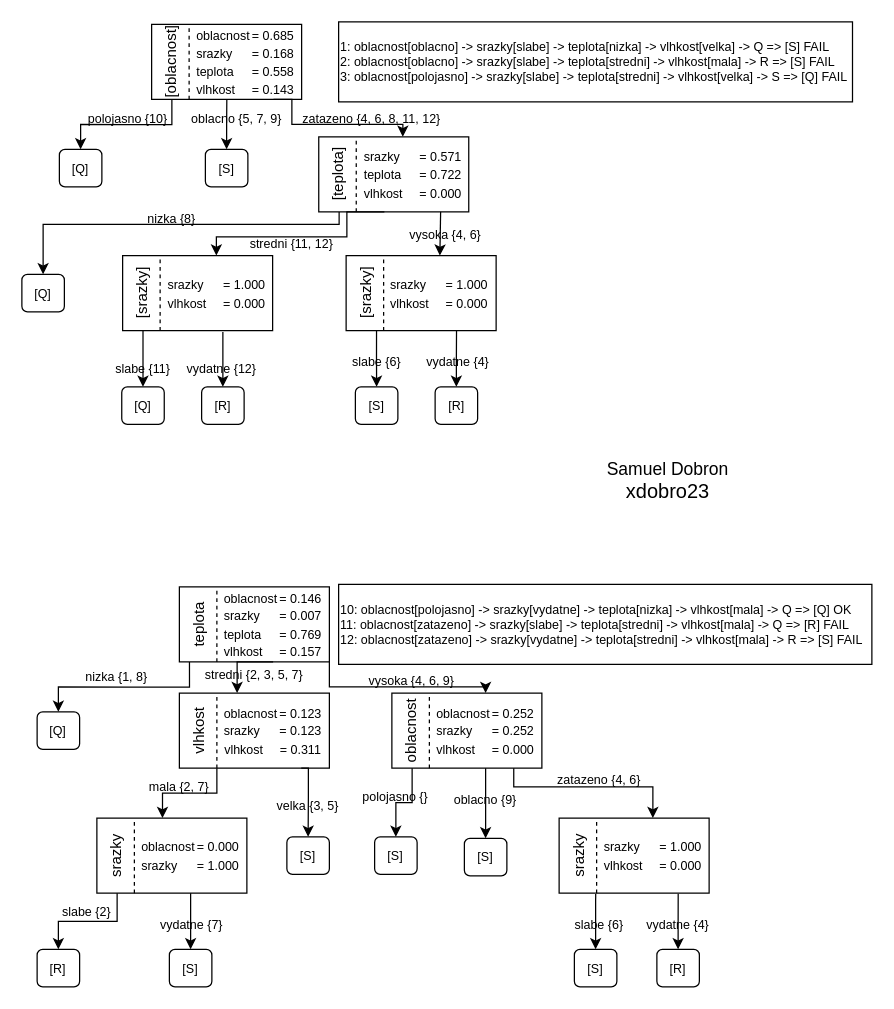
The draw.io diagram 3/solution.drawio in enhaut/fit, before the edit. Source tidied: cells renumbered, new cells numbered last; positions are measured from the earlier drawing's top-left corner, leaving out a move shared by most shapes. Both pictures are drawn from the tidied source at 125%, with x=0, y=0 at pixel (21, 21).
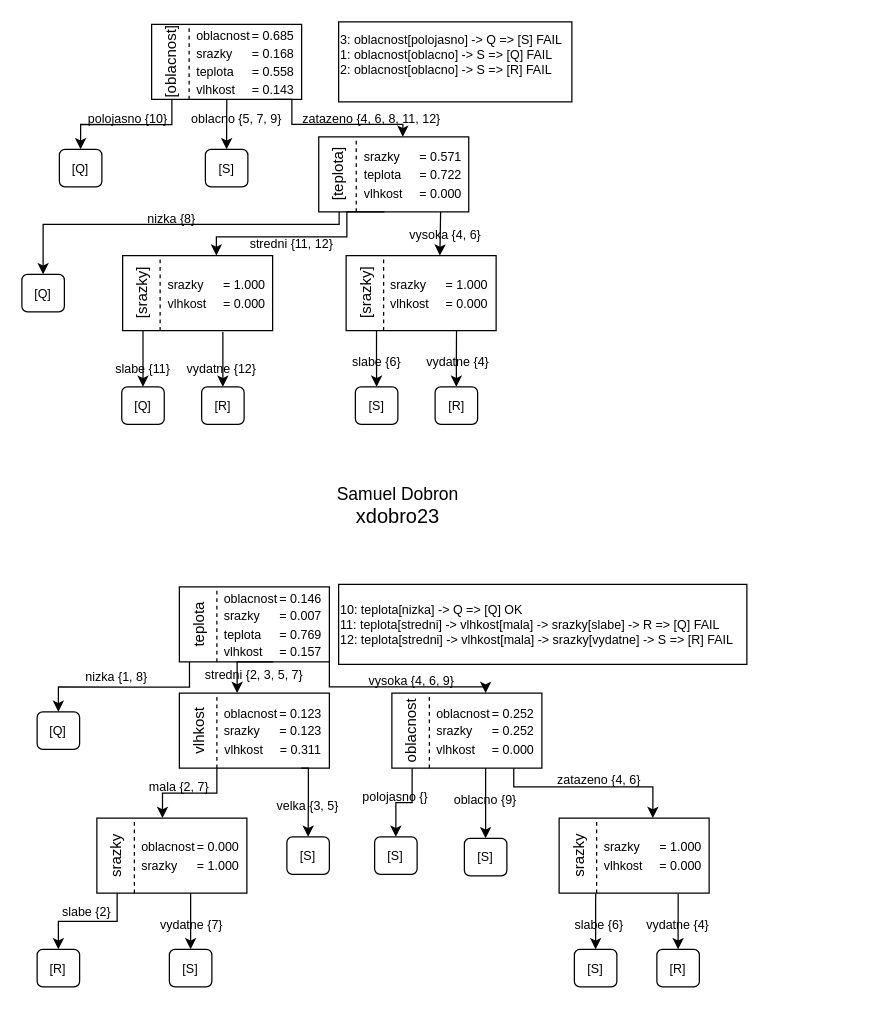
After the change.

What changed in the source:
```diff
@@
-    <mxCell id="52" value="&lt;div align=&quot;left&quot;&gt;1: oblacnost[oblacno] -&amp;gt; srazky[slabe] -&amp;gt; teplota[nizka] -&amp;gt; vlhkost[velka] -&amp;gt; Q =&amp;gt; [S] FAIL&lt;br&gt;&lt;/div&gt;&lt;div align=&quot;left&quot;&gt;2: oblacnost[oblacno] -&amp;gt; srazky[slabe] -&amp;gt; teplota[stredni] -&amp;gt; vlhkost[mala] -&amp;gt; R =&amp;gt; [S] FAIL&lt;/div&gt;&lt;div align=&quot;left&quot;&gt;3: oblacnost[polojasno] -&amp;gt; srazky[slabe] -&amp;gt; teplota[stredni] -&amp;gt; vlhkost[velka] -&amp;gt; S =&amp;gt; [Q] FAIL&lt;/div&gt;" style="rounded=0;whiteSpace=wrap;html=1;fontSize=10;align=left;" parent="1" vertex="1">
-      <mxGeometry x="253.4" width="411.1" height="64" as="geometry" />
+    <mxCell id="52" value="&lt;div align=&quot;left&quot;&gt;3: oblacnost[polojasno] -&amp;gt; Q =&amp;gt; [S] FAIL&lt;/div&gt;&lt;div align=&quot;left&quot;&gt;1: oblacnost[oblacno] -&amp;gt; S =&amp;gt; [Q] FAIL&lt;br&gt;&lt;/div&gt;&lt;div align=&quot;left&quot;&gt;2: oblacnost[oblacno] -&amp;gt; S =&amp;gt; [R] FAIL&lt;/div&gt;&lt;div align=&quot;left&quot;&gt;&lt;br&gt;&lt;/div&gt;" style="rounded=0;whiteSpace=wrap;html=1;fontSize=10;align=left;" parent="1" vertex="1">
+      <mxGeometry x="253.4" width="186.6" height="64" as="geometry" />
     </mxCell>
@@
-    <mxCell id="113" value="&lt;div align=&quot;left&quot;&gt;10: oblacnost[polojasno] -&amp;gt; srazky[vydatne] -&amp;gt; teplota[nizka] -&amp;gt; vlhkost[mala] -&amp;gt; Q =&amp;gt; [Q] OK&lt;br&gt;&lt;/div&gt;&lt;div align=&quot;left&quot;&gt;11: oblacnost[zatazeno] -&amp;gt; srazky[slabe] -&amp;gt; teplota[stredni] -&amp;gt; vlhkost[mala] -&amp;gt; Q =&amp;gt; [R] FAIL&lt;/div&gt;&lt;div align=&quot;left&quot;&gt;12: oblacnost[zatazeno] -&amp;gt; srazky[vydatne] -&amp;gt; teplota[stredni] -&amp;gt; vlhkost[mala] -&amp;gt; R =&amp;gt; [S] FAIL&lt;/div&gt;" style="rounded=0;whiteSpace=wrap;html=1;fontSize=10;align=left;" parent="1" vertex="1">
-      <mxGeometry x="253.4" y="450" width="426.6" height="64" as="geometry" />
+    <mxCell id="113" value="&lt;div align=&quot;left&quot;&gt;10: teplota[nizka] -&amp;gt; Q =&amp;gt; [Q] OK&lt;br&gt;&lt;/div&gt;&lt;div align=&quot;left&quot;&gt;11: teplota[stredni] -&amp;gt; vlhkost[mala] -&amp;gt; srazky[slabe] -&amp;gt; R =&amp;gt; [Q] FAIL&lt;/div&gt;&lt;div align=&quot;left&quot;&gt;12: teplota[stredni] -&amp;gt; vlhkost[mala] -&amp;gt; srazky[vydatne]  -&amp;gt; S =&amp;gt; [R] FAIL&lt;/div&gt;" style="rounded=0;whiteSpace=wrap;html=1;fontSize=10;align=left;" parent="1" vertex="1">
+      <mxGeometry x="253.4" y="450" width="326.6" height="64" as="geometry" />
     </mxCell>
     <mxCell id="114" value="&lt;div&gt;&lt;font style=&quot;font-size: 14px&quot;&gt;Samuel Dobron&lt;/font&gt;&lt;/div&gt;&lt;div&gt;&lt;font size=&quot;3&quot;&gt;xdobro23&lt;br&gt;&lt;/font&gt;&lt;/div&gt;" style="text;html=1;strokeColor=none;fillColor=none;align=center;verticalAlign=middle;whiteSpace=wrap;rounded=0;fontSize=10;" parent="1" vertex="1">
-      <mxGeometry x="430" y="352" width="174" height="30" as="geometry" />
+      <mxGeometry x="214" y="372" width="174" height="30" as="geometry" />
     </mxCell>
```
